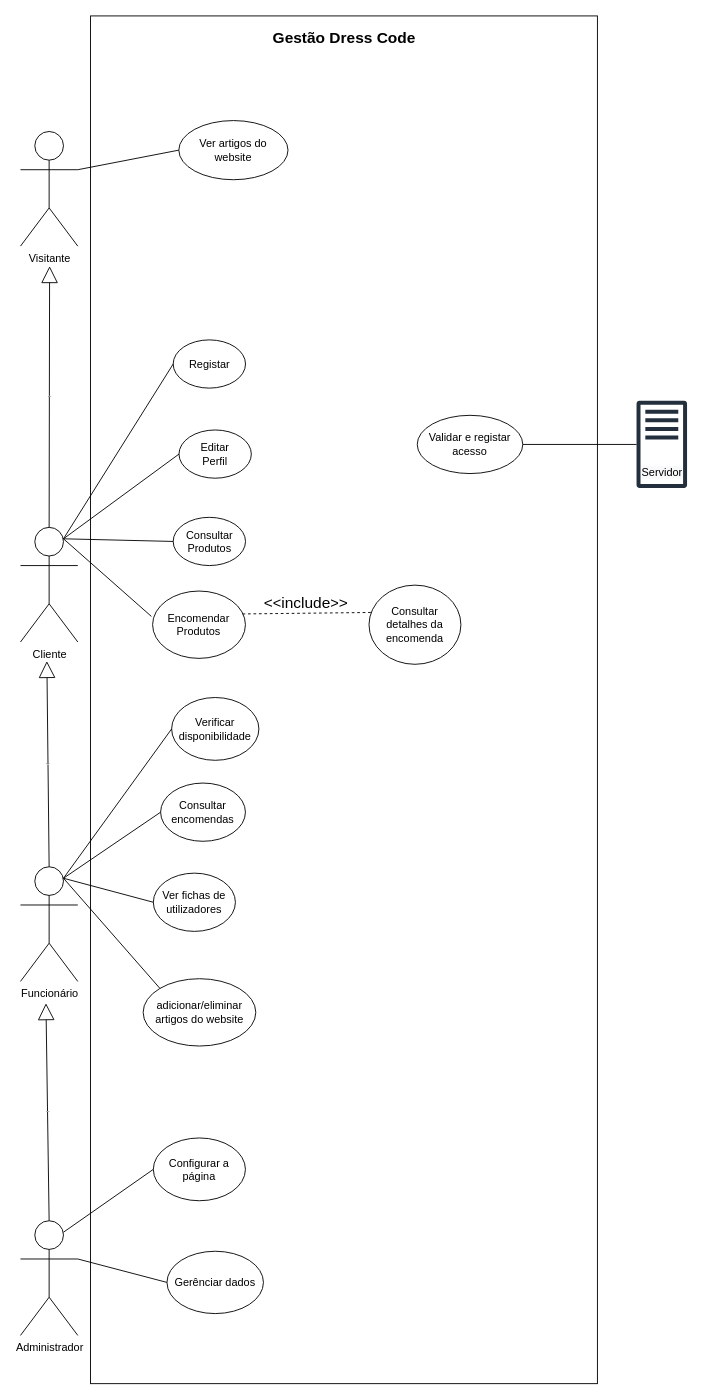
Earlier version of the draw.io diagram Casos de Uso.drawio (JoshuaJones27/FetchCode). Source tidied: cells renumbered, new cells numbered last; positions are measured from the earlier drawing's top-left corner, leaving out a move shared by most shapes. Both pictures are drawn from the tidied source at 91%, with x=0, y=0 at pixel (20, 15).
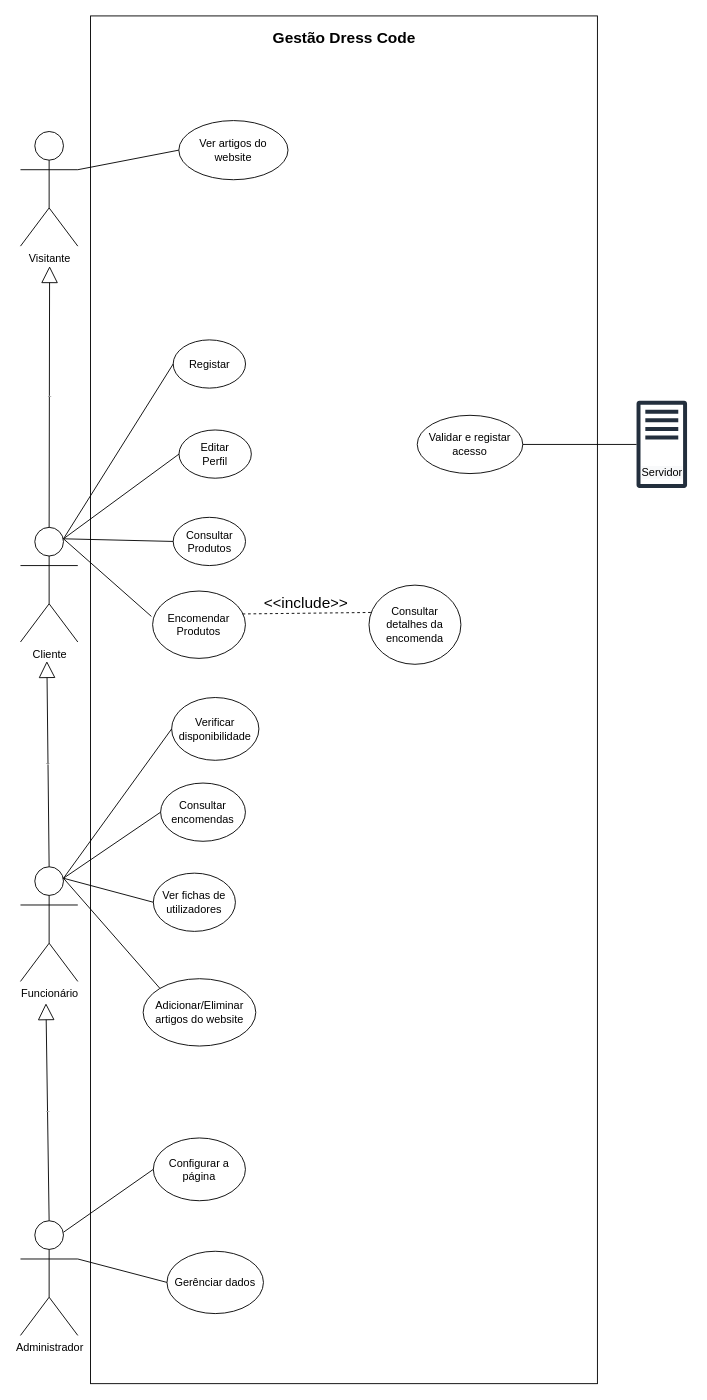
After the change.

What changed in the source:
```diff
@@
-    <mxCell id="29" value="adicionar/eliminar artigos do website" style="ellipse;whiteSpace=wrap;html=1;" parent="1" vertex="1">
+    <mxCell id="29" value="Adicionar/Eliminar artigos do website" style="ellipse;whiteSpace=wrap;html=1;" parent="1" vertex="1">
       <mxGeometry x="134.8" y="1058" width="123.8" height="74" as="geometry" />
     </mxCell>
```
